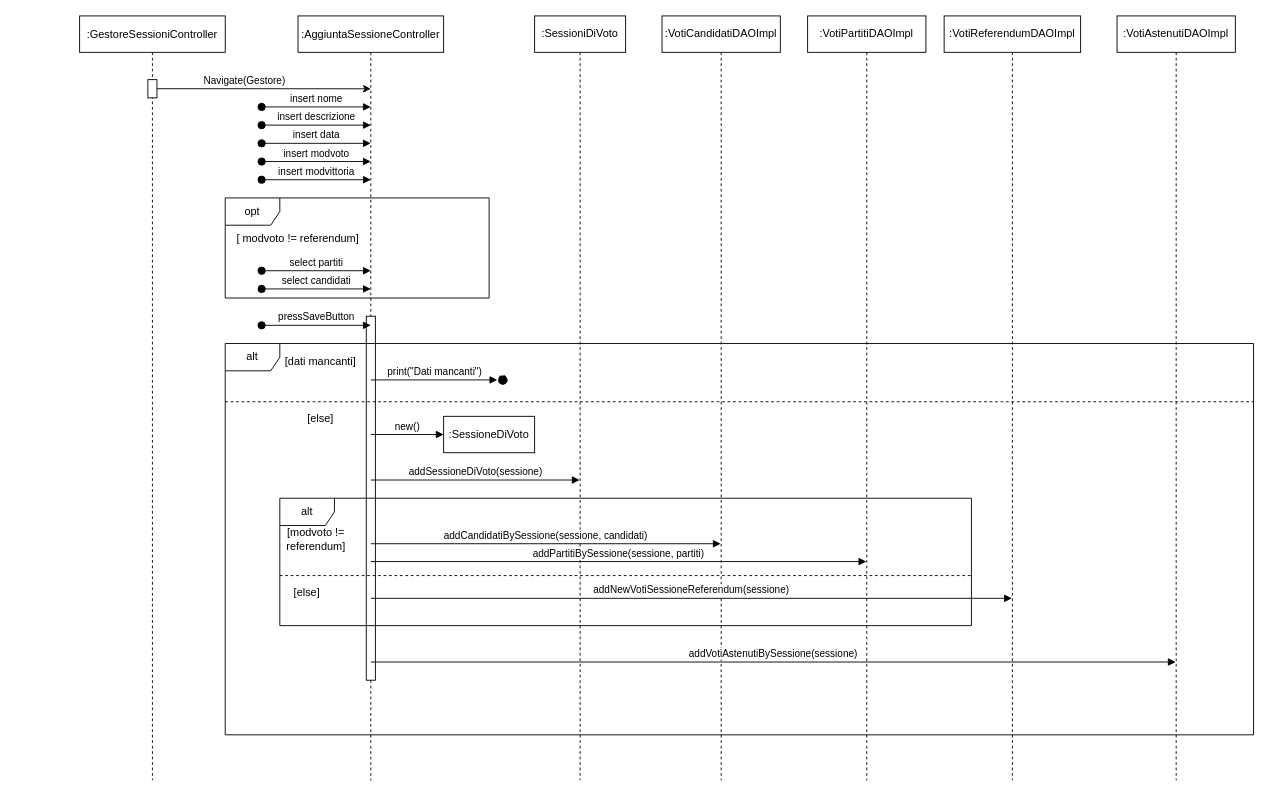
Above: docs/SeqDiagram AggiuntaSessione.drawio in gbrsni/votoElettronico (draw.io), before the change. Source tidied: cells renumbered, new cells numbered last; positions are measured from the earlier drawing's top-left corner, leaving out a move shared by most shapes. Both pictures are drawn from the tidied source at 91%, with x=0, y=0 at pixel (79, 15).
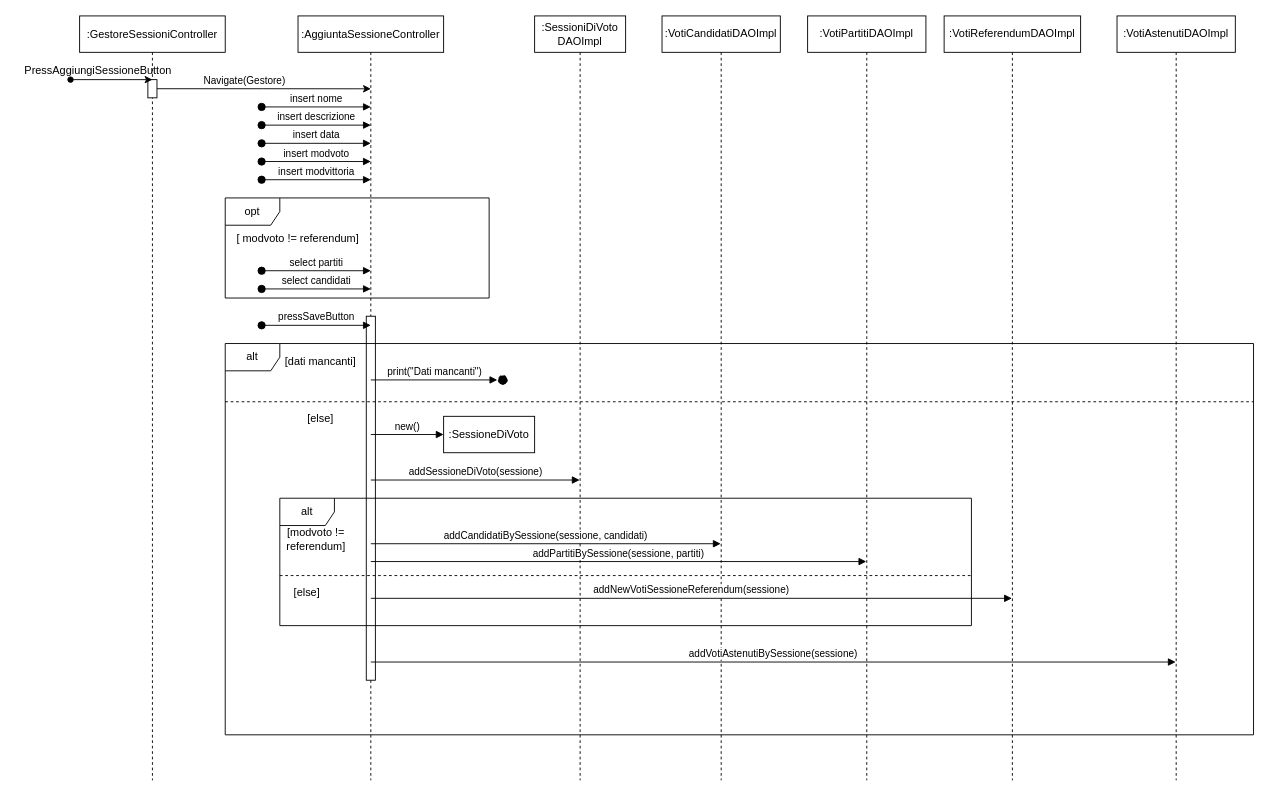
The same page after the edit.

Commit message (it also covers changes not shown here):
modificata nome di una classe

The change refers to these unchanged cells:
```xml
<mxCell id="3" style="points=[];perimeter=orthogonalPerimeter;rounded=0;shadow=0;strokeWidth=1;" parent="2" vertex="1">
  <mxGeometry x="75" y="70" width="10" height="20" as="geometry" />
</mxCell>
```

Diff of the diagram source:
```diff
@@
-    <mxCell id="26" value=":SessioniDiVoto" style="shape=umlLifeline;perimeter=lifelinePerimeter;whiteSpace=wrap;html=1;outlineConnect=0;fillColor=#FFFFFF;" parent="1" vertex="1">
+    <mxCell id="26" value=":SessioniDiVoto&lt;br&gt;DAOImpl" style="shape=umlLifeline;perimeter=lifelinePerimeter;whiteSpace=wrap;html=1;outlineConnect=0;fillColor=#FFFFFF;" parent="1" vertex="1">
       <mxGeometry x="500" width="100" height="840" as="geometry" />
     </mxCell>
@@
+    <mxCell id="40" style="endArrow=classic;html=1;rounded=0;entryX=0.5;entryY=0;entryDx=0;entryDy=0;entryPerimeter=0;startArrow=oval;startFill=1;" parent="1" edge="1" target="3">
+      <mxGeometry relative="1" as="geometry">
+        <mxPoint x="-10" y="70" as="sourcePoint" />
+      </mxGeometry>
+    </mxCell>
+    <mxCell id="41" value="PressAggiungiSessioneButton" style="text;html=1;align=center;verticalAlign=middle;strokeColor=none;fillColor=none;" parent="1" vertex="1">
+      <mxGeometry x="-70" y="50" width="180" height="20" as="geometry" />
+    </mxCell>
```
